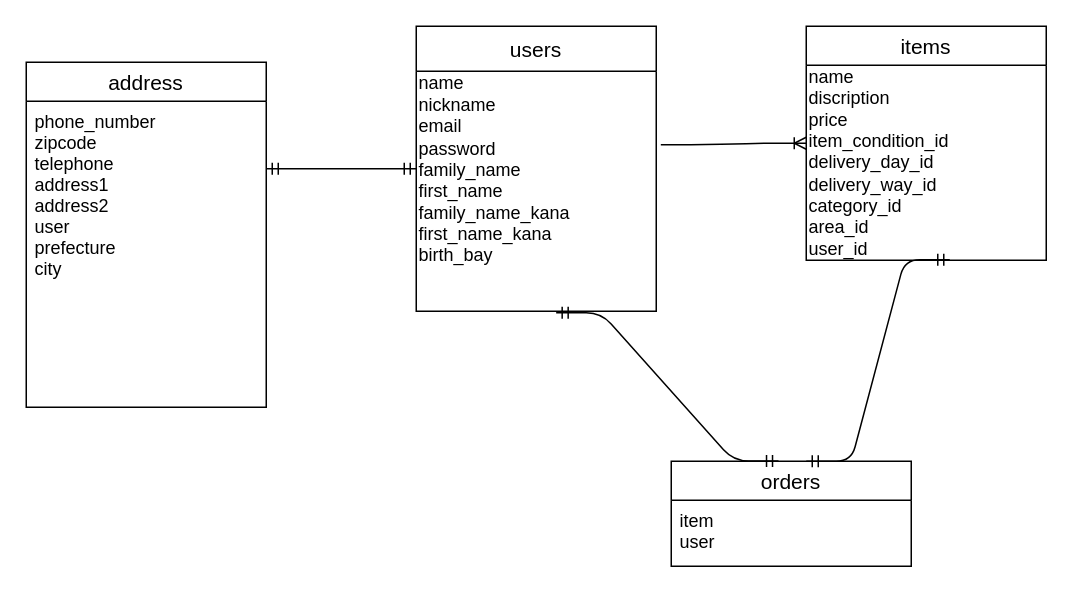
ababab0020/furima-38506 keeps this draw.io diagram as page "ページ1" (1 of 2) of ER.dio. Above is the earlier version. Source tidied: cells renumbered, new cells numbered last; positions are measured from the earlier drawing's top-left corner, leaving out a move shared by most shapes. Both pictures are drawn from the tidied source at 150%, with x=0, y=0 at pixel (26, 26).
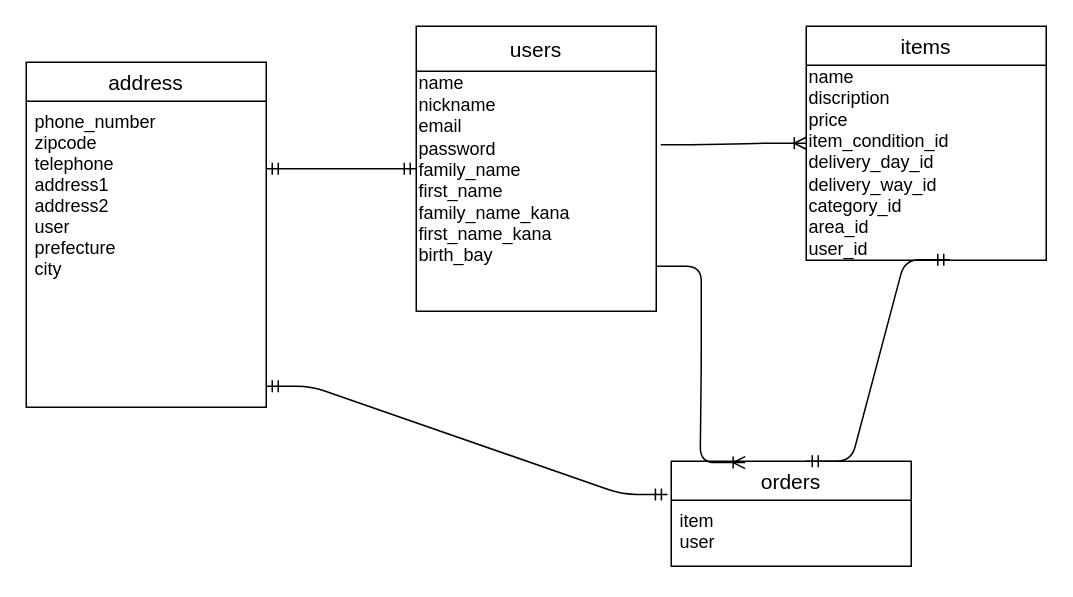
After the change.

Commit message (it also covers changes not shown here):
データベース設計その３

Diff of the diagram source:
```diff
@@
 <mxGraphModel>
   <root>
     <mxCell id="0" />
     <mxCell id="1" parent="0" />
     <mxCell id="2" value="address" style="swimlane;fontStyle=0;horizontal=1;startSize=26;align=center;fontSize=14;" parent="1" vertex="1">
       <mxGeometry y="24" width="160" height="230" as="geometry" />
     </mxCell>
     <mxCell id="3" value="phone_number&#10;zipcode&#10;telephone&#10;address1&#10;address2&#10;user&#10;prefecture&#10;city&#10;" style="text;strokeColor=none;fillColor=none;spacingLeft=4;spacingRight=4;overflow=hidden;fontSize=12;" parent="2" vertex="1">
       <mxGeometry y="26" width="160" height="204" as="geometry" />
     </mxCell>
     <mxCell id="4" style="edgeStyle=entityRelationEdgeStyle;fontSize=12;html=1;endArrow=ERmandOne;startArrow=ERmandOne;" parent="1" edge="1" target="5">
       <mxGeometry relative="1" as="geometry">
         <mxPoint x="160" y="95" as="sourcePoint" />
       </mxGeometry>
     </mxCell>
     <mxCell id="5" value="users" style="swimlane;fontStyle=0;horizontal=1;startSize=30;align=center;fontSize=14;" parent="1" vertex="1">
       <mxGeometry x="260" width="160" height="190" as="geometry" />
     </mxCell>
     <mxCell id="6" value="&lt;div&gt;&lt;span&gt;name&lt;/span&gt;&lt;/div&gt;&lt;div&gt;&lt;span&gt;nickname&lt;/span&gt;&lt;/div&gt;&lt;div&gt;&lt;span&gt;email&lt;/span&gt;&lt;/div&gt;&lt;div&gt;&lt;span&gt;password&lt;/span&gt;&lt;/div&gt;&lt;div&gt;&lt;span&gt;family_name&lt;/span&gt;&lt;/div&gt;&lt;div&gt;&lt;span&gt;first_name&lt;/span&gt;&lt;/div&gt;&lt;div&gt;&lt;span&gt;family_name_kana&lt;/span&gt;&lt;/div&gt;&lt;div&gt;&lt;span&gt;first_name_kana&lt;/span&gt;&lt;/div&gt;&lt;div&gt;birth_bay&lt;/div&gt;&lt;div&gt;&lt;span&gt;&lt;br&gt;&lt;/span&gt;&lt;/div&gt;&lt;div&gt;&lt;br&gt;&lt;/div&gt;" style="text;html=1;align=left;verticalAlign=middle;points=[];strokeColor=none;fillColor=none;" parent="5" vertex="1">
       <mxGeometry y="30" width="160" height="160" as="geometry" />
     </mxCell>
     <mxCell id="7" style="edgeStyle=entityRelationEdgeStyle;fontSize=12;html=1;endArrow=ERoneToMany;exitX=1.019;exitY=0.306;exitDx=0;exitDy=0;exitPerimeter=0;" parent="1" edge="1" source="6" target="8">
       <mxGeometry relative="1" as="geometry" />
     </mxCell>
     <mxCell id="8" value="items" style="swimlane;fontStyle=0;horizontal=1;startSize=26;align=center;fontSize=14;fillColor=default;" parent="1" vertex="1">
       <mxGeometry x="520" width="160" height="156" as="geometry" />
     </mxCell>
     <mxCell id="9" value="&lt;div&gt;&lt;span&gt;name&lt;/span&gt;&lt;/div&gt;&lt;div&gt;&lt;span&gt;discription&lt;/span&gt;&lt;/div&gt;&lt;div&gt;&lt;span&gt;price&lt;/span&gt;&lt;/div&gt;&lt;div&gt;&lt;span&gt;item_condition_id&lt;/span&gt;&lt;/div&gt;&lt;div&gt;&lt;span&gt;delivery_day_id&lt;/span&gt;&lt;/div&gt;&lt;div&gt;&lt;span&gt;delivery_way_id&lt;/span&gt;&lt;/div&gt;&lt;div&gt;&lt;span&gt;category_id&lt;/span&gt;&lt;/div&gt;&lt;div&gt;&lt;span&gt;area_id&lt;/span&gt;&lt;/div&gt;&lt;div&gt;&lt;span&gt;user_id&lt;/span&gt;&lt;/div&gt;" style="text;html=1;align=left;verticalAlign=middle;points=[];strokeColor=none;fillColor=none;" parent="8" vertex="1">
       <mxGeometry y="26" width="160" height="130" as="geometry" />
     </mxCell>
     <mxCell id="10" value="orders" style="swimlane;fontStyle=0;horizontal=1;startSize=26;align=center;fontSize=14;fillColor=default;" parent="1" vertex="1">
       <mxGeometry x="430" y="290" width="160" height="70" as="geometry" />
     </mxCell>
     <mxCell id="11" value="item&#10;user" style="text;strokeColor=none;fillColor=none;spacingLeft=4;spacingRight=4;overflow=hidden;points=[[0,0.5],[1,0.5]];portConstraint=eastwest;fontSize=12;" parent="10" vertex="1">
       <mxGeometry y="26" width="160" height="44" as="geometry" />
     </mxCell>
-    <mxCell id="12" style="edgeStyle=entityRelationEdgeStyle;fontSize=12;html=1;endArrow=ERmandOne;startArrow=ERmandOne;exitX=0.447;exitY=-0.003;exitDx=0;exitDy=0;exitPerimeter=0;entryX=0.583;entryY=1.006;entryDx=0;entryDy=0;entryPerimeter=0;" parent="1" edge="1" source="10" target="6">
-      <mxGeometry relative="1" as="geometry" />
-    </mxCell>
     <mxCell id="13" style="edgeStyle=entityRelationEdgeStyle;fontSize=12;html=1;endArrow=ERmandOne;startArrow=ERmandOne;entryX=0.598;entryY=0.997;entryDx=0;entryDy=0;entryPerimeter=0;" parent="1" edge="1" target="9">
       <mxGeometry relative="1" as="geometry">
         <mxPoint x="520" y="290" as="sourcePoint" />
       </mxGeometry>
     </mxCell>
+    <mxCell id="14" style="edgeStyle=entityRelationEdgeStyle;fontSize=12;html=1;endArrow=ERmandOne;startArrow=ERmandOne;entryX=-0.016;entryY=-0.088;entryDx=0;entryDy=0;entryPerimeter=0;" parent="1" edge="1" target="11">
+      <mxGeometry relative="1" as="geometry">
+        <mxPoint x="160" y="240" as="sourcePoint" />
+      </mxGeometry>
+    </mxCell>
+    <mxCell id="15" style="edgeStyle=entityRelationEdgeStyle;fontSize=12;html=1;endArrow=ERoneToMany;entryX=0.308;entryY=0.013;entryDx=0;entryDy=0;entryPerimeter=0;" parent="1" edge="1" target="10">
+      <mxGeometry relative="1" as="geometry">
+        <mxPoint x="420" y="160" as="sourcePoint" />
+      </mxGeometry>
+    </mxCell>
   </root>
 </mxGraphModel>
```
